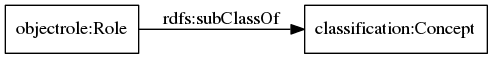
Before: OnToology/RoleAgent.owl/diagrams/ar2dtool-taxonomy/RoleAgent.owl.png, a diagram exported from Graphviz (OnToologyUser/Propsed-Ontology). Its source is kept beside it as OnToology/RoleAgent.owl/diagrams/ar2dtool-taxonomy/RoleAgent.owl.png.dot.
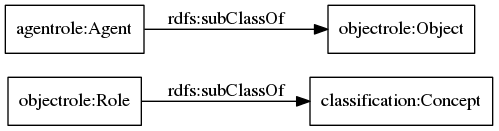
The same diagram one commit later.

Change to the diagram source:
```diff
@@ -1,7 +1,8 @@
 digraph ar2dtool_diagram {
 rankdir=LR;
 size="1000"
-node [shape = rectangle, color="black"]; "objectrole:Role" "classification:Concept" ; /*classes style*/
+node [shape = rectangle, color="black"]; "objectrole:Role" "objectrole:Object" "agentrole:Agent" "classification:Concept" ; /*classes style*/
+	"agentrole:Agent" -> "objectrole:Object" [ label = "rdfs:subClassOf" ];
 	"objectrole:Role" -> "classification:Concept" [ label = "rdfs:subClassOf" ];
 
 }
```
